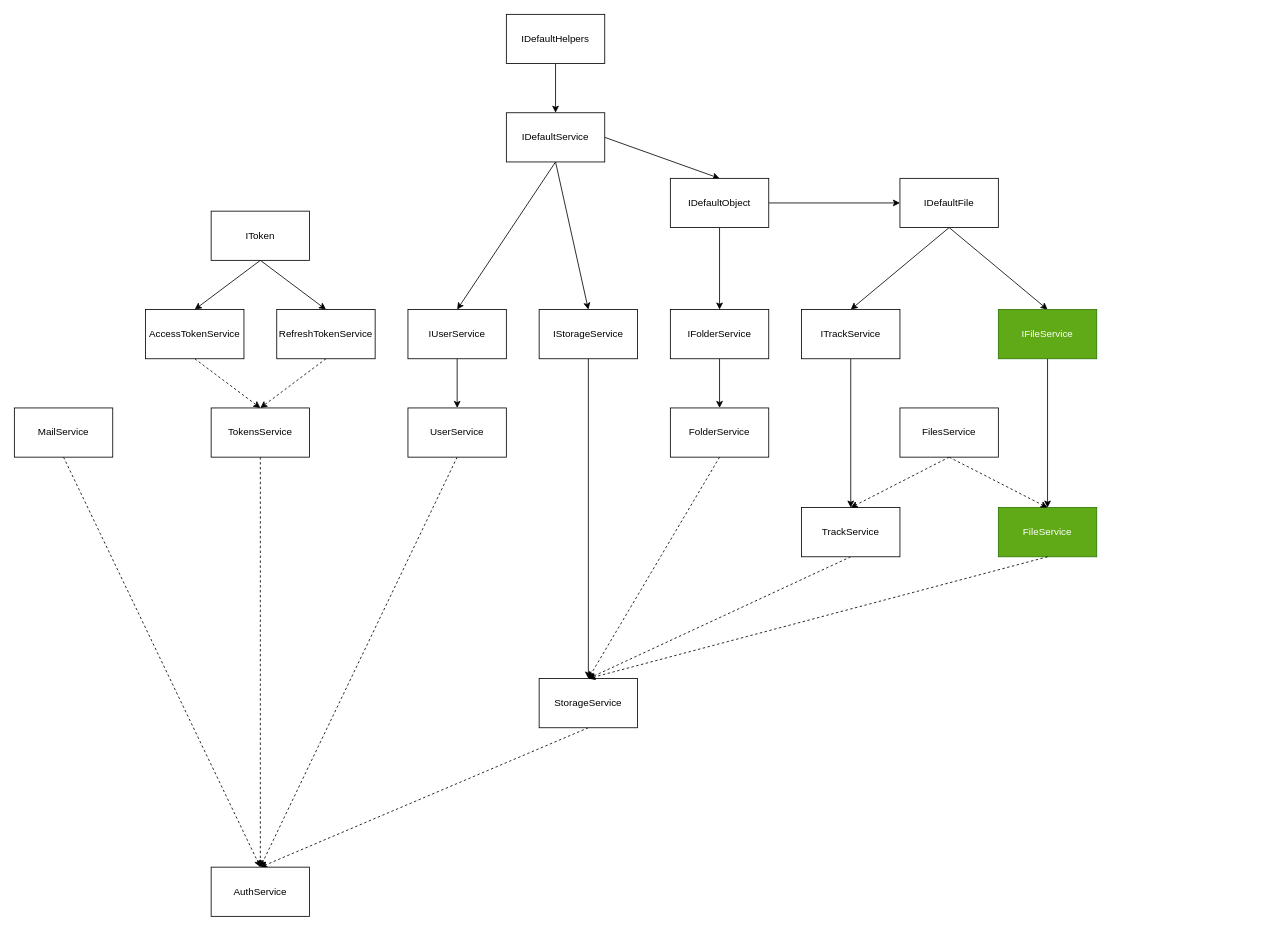
The draw.io diagram page "Схема" (3 of 3) of project.drawio in WheatleyCODE/storage-server, before the edit. Source tidied: cells renumbered, new cells numbered last; positions are measured from the earlier drawing's top-left corner, leaving out a move shared by most shapes. Both pictures are drawn from the tidied source at 82%, with x=0, y=0 at pixel (14, 14).
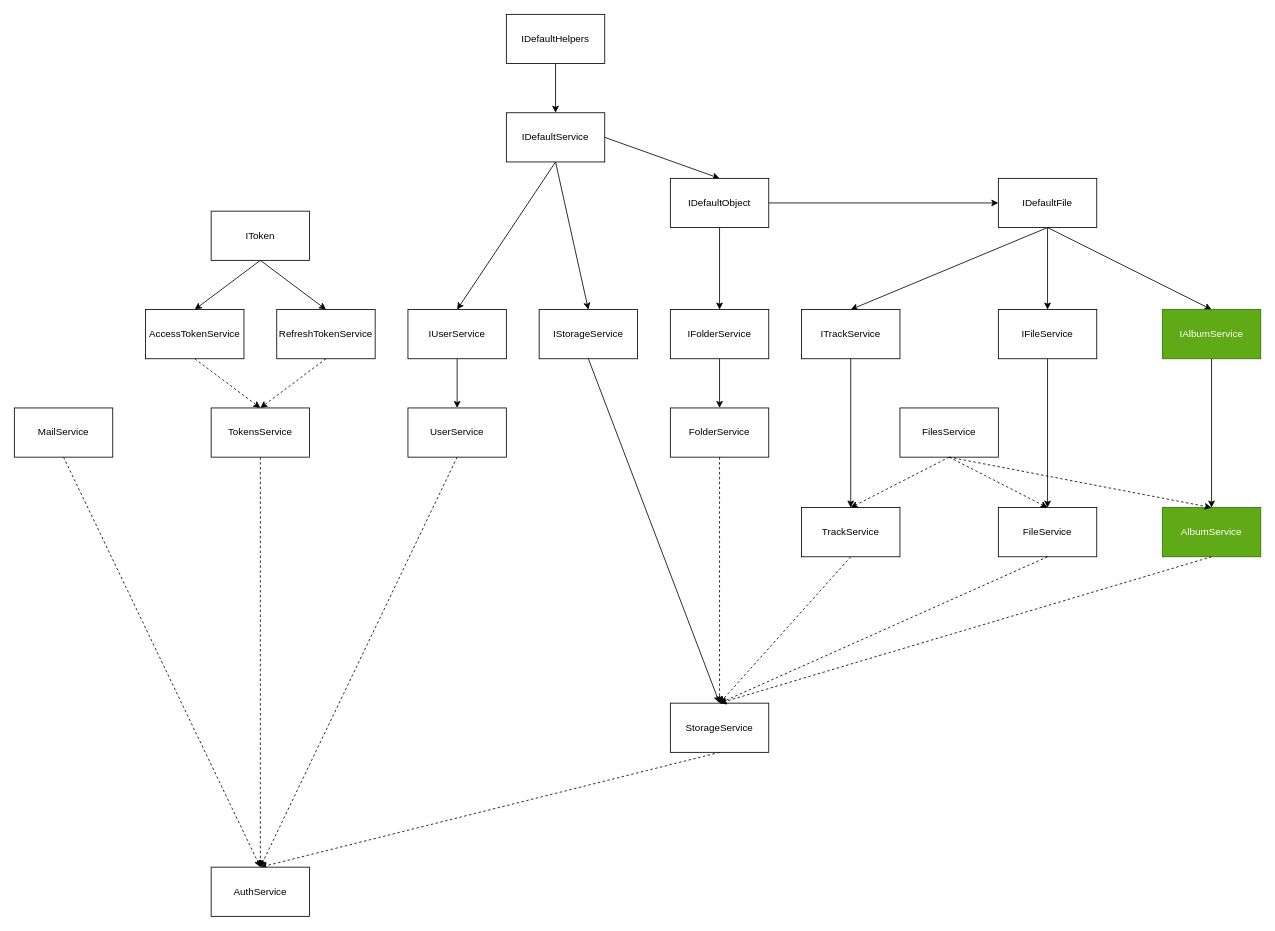
The same diagram, later.

Unchanged cells that the change refers to:
```xml
<mxCell id="48" value="FilesService" style="rounded=0;whiteSpace=wrap;html=1;" parent="1" vertex="1">
  <mxGeometry x="1080" y="480" width="120" height="60" as="geometry" />
</mxCell>
```

The edit, as a diff of the source:
```diff
@@
     <mxCell id="27" value="StorageService" style="rounded=0;whiteSpace=wrap;html=1;" parent="1" vertex="1">
-      <mxGeometry x="640" y="810" width="120" height="60" as="geometry" />
+      <mxGeometry x="800" y="840" width="120" height="60" as="geometry" />
     </mxCell>
@@
+    <mxCell id="49" style="edgeStyle=none;html=1;exitX=0.5;exitY=1;exitDx=0;exitDy=0;entryX=0.5;entryY=0;entryDx=0;entryDy=0;" parent="1" edge="1" source="37" target="51">
+      <mxGeometry relative="1" as="geometry" />
+    </mxCell>
     <mxCell id="37" value="IDefaultFile" style="rounded=0;whiteSpace=wrap;html=1;" parent="1" vertex="1">
-      <mxGeometry x="1080" y="200" width="120" height="60" as="geometry" />
+      <mxGeometry x="1200" y="200" width="120" height="60" as="geometry" />
     </mxCell>
@@
-    <mxCell id="43" value="IFileService" style="rounded=0;whiteSpace=wrap;html=1;fillColor=#60a917;fontColor=#ffffff;strokeColor=#2D7600;" parent="1" vertex="1">
+    <mxCell id="43" value="IFileService" style="rounded=0;whiteSpace=wrap;html=1;" parent="1" vertex="1">
       <mxGeometry x="1200" y="360" width="120" height="60" as="geometry" />
     </mxCell>
-    <mxCell id="44" value="FileService" style="rounded=0;whiteSpace=wrap;html=1;fillColor=#60a917;fontColor=#ffffff;strokeColor=#2D7600;" parent="1" vertex="1">
+    <mxCell id="44" value="FileService" style="rounded=0;whiteSpace=wrap;html=1;" parent="1" vertex="1">
       <mxGeometry x="1200" y="601.5" width="120" height="60" as="geometry" />
     </mxCell>
@@
+    <mxCell id="50" style="edgeStyle=none;html=1;exitX=0.5;exitY=1;exitDx=0;exitDy=0;entryX=0.5;entryY=0;entryDx=0;entryDy=0;" parent="1" edge="1" source="51" target="52">
+      <mxGeometry relative="1" as="geometry" />
+    </mxCell>
+    <mxCell id="51" value="IAlbumService" style="rounded=0;whiteSpace=wrap;html=1;fillColor=#60a917;fontColor=#ffffff;strokeColor=#2D7600;" parent="1" vertex="1">
+      <mxGeometry x="1400" y="360" width="120" height="60" as="geometry" />
+    </mxCell>
+    <mxCell id="52" value="AlbumService" style="rounded=0;whiteSpace=wrap;html=1;fillColor=#60a917;fontColor=#ffffff;strokeColor=#2D7600;" parent="1" vertex="1">
+      <mxGeometry x="1400" y="601.5" width="120" height="60" as="geometry" />
+    </mxCell>
+    <mxCell id="53" style="edgeStyle=none;html=1;exitX=0.5;exitY=1;exitDx=0;exitDy=0;entryX=0.5;entryY=0;entryDx=0;entryDy=0;dashed=1;" parent="1" edge="1" source="52" target="27">
+      <mxGeometry relative="1" as="geometry" />
+    </mxCell>
+    <mxCell id="54" style="edgeStyle=none;html=1;exitX=0.5;exitY=1;exitDx=0;exitDy=0;entryX=0.5;entryY=0;entryDx=0;entryDy=0;dashed=1;strokeWidth=1;" parent="1" edge="1" source="48" target="52">
+      <mxGeometry relative="1" as="geometry" />
+    </mxCell>
```
